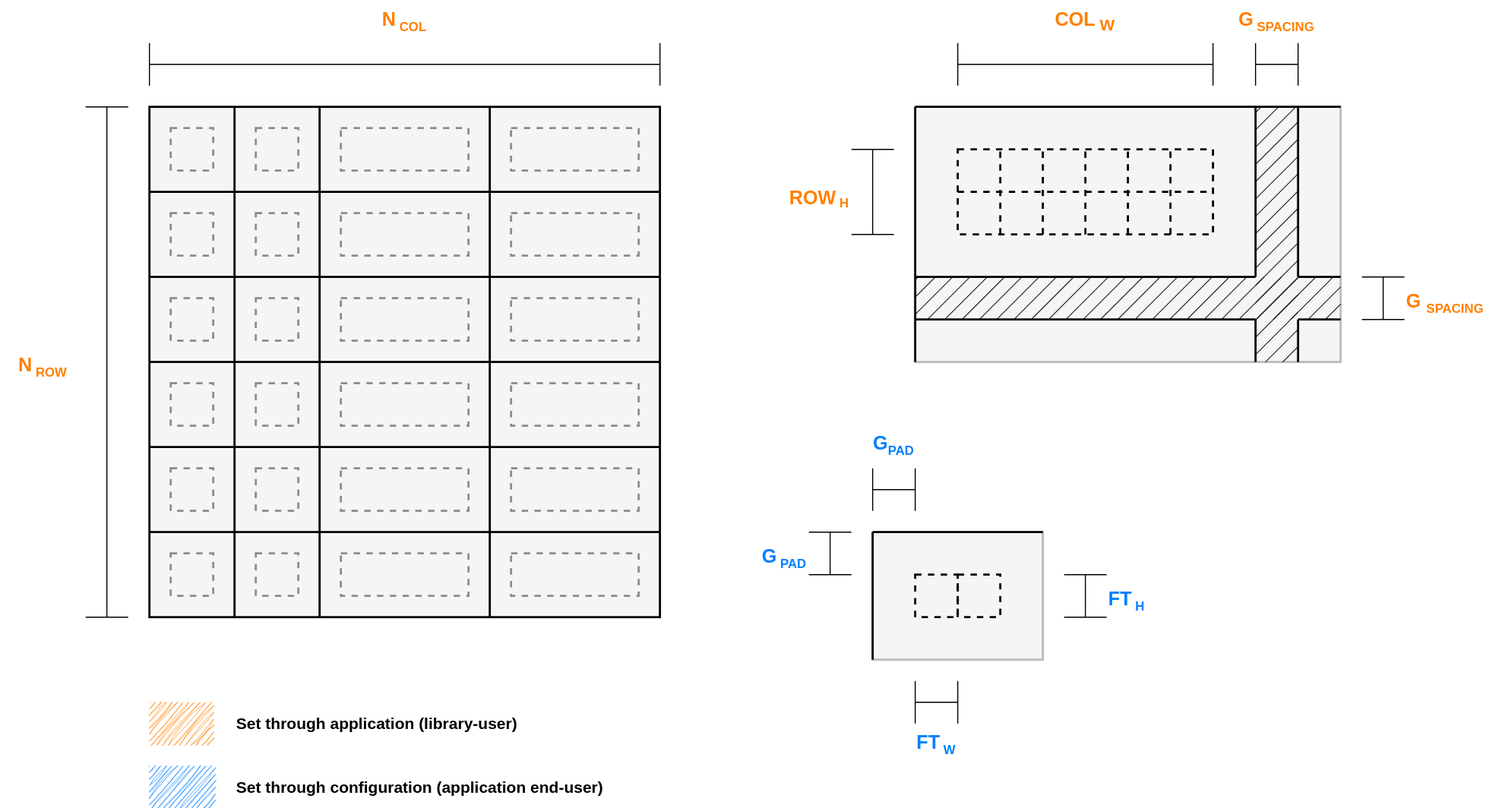
This is docs/assets/svg/grid-size.svg from fraawlen/cassette, a draw.io export, as it was before one commit. Source tidied: cells renumbered, new cells last; positions are measured from the earlier drawing's top-left corner, leaving out a move shared by most shapes.
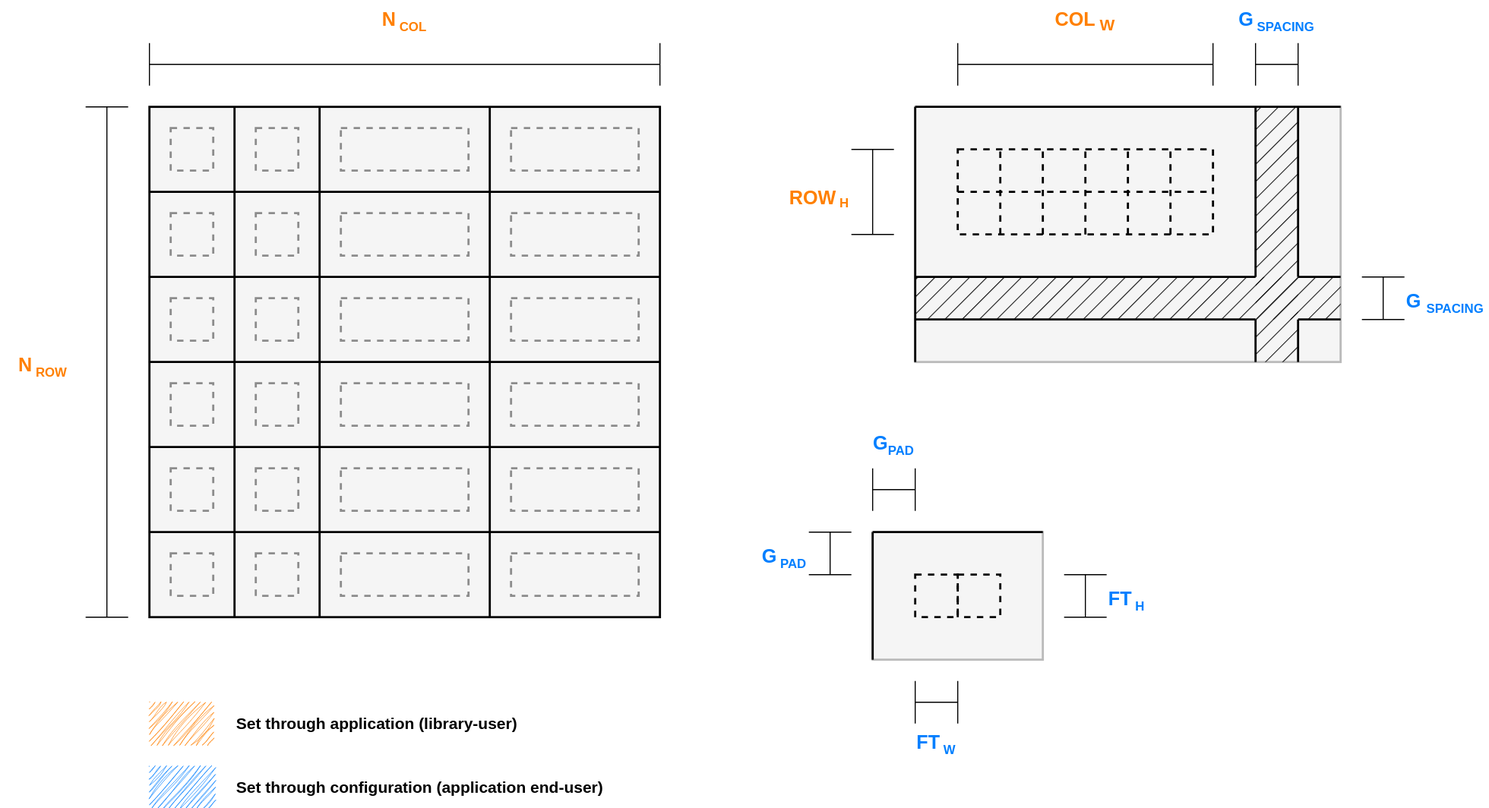
Above is the later version.

Diff of the diagram source:
```diff
@@ -227,13 +227,13 @@
     <mxCell id="50" style="shape=crossbar;whiteSpace=wrap;html=1;rounded=1;fontColor=#FF8000;" parent="1" vertex="1">
       <mxGeometry x="1180" y="40" width="40" height="40" as="geometry" />
     </mxCell>
-    <mxCell id="51" value="G&lt;sub&gt;&lt;font style=&quot;font-size: 12px;&quot;&gt; SPACING&lt;/font&gt;&lt;/sub&gt;" style="text;html=1;align=center;verticalAlign=middle;whiteSpace=wrap;rounded=0;fontStyle=1;fontSize=18;fontColor=#FF8000;" parent="1" vertex="1">
+    <mxCell id="51" value="G&lt;sub&gt;&lt;font style=&quot;font-size: 12px;&quot;&gt; SPACING&lt;/font&gt;&lt;/sub&gt;" style="text;html=1;align=center;verticalAlign=middle;whiteSpace=wrap;rounded=0;fontStyle=1;fontSize=18;fontColor=#007FFF;" parent="1" vertex="1">
       <mxGeometry x="1160" width="80" height="40" as="geometry" />
     </mxCell>
     <mxCell id="52" style="shape=crossbar;whiteSpace=wrap;html=1;rounded=1;direction=south;fontColor=#FF8000;" parent="1" vertex="1">
       <mxGeometry x="1280" y="260" width="40" height="40" as="geometry" />
     </mxCell>
-    <mxCell id="53" value="G &lt;sub&gt;&lt;font style=&quot;font-size: 12px;&quot;&gt;SPACING&lt;/font&gt;&lt;/sub&gt;" style="text;html=1;align=left;verticalAlign=bottom;whiteSpace=wrap;rounded=0;fontStyle=1;fontSize=18;fontColor=#FF8000;" parent="1" vertex="1">
+    <mxCell id="53" value="G &lt;sub&gt;&lt;font style=&quot;font-size: 12px;&quot;&gt;SPACING&lt;/font&gt;&lt;/sub&gt;" style="text;html=1;align=left;verticalAlign=bottom;whiteSpace=wrap;rounded=0;fontStyle=1;fontSize=18;fontColor=#007FFF;" parent="1" vertex="1">
       <mxGeometry x="1320" y="260" width="80" height="40" as="geometry" />
     </mxCell>
     <mxCell id="54" style="rounded=0;whiteSpace=wrap;html=1;fillColor=none;strokeWidth=2;dashed=1;strokeColor=#8C8C8C;fontColor=#FF8000;" parent="1" vertex="1">
```
